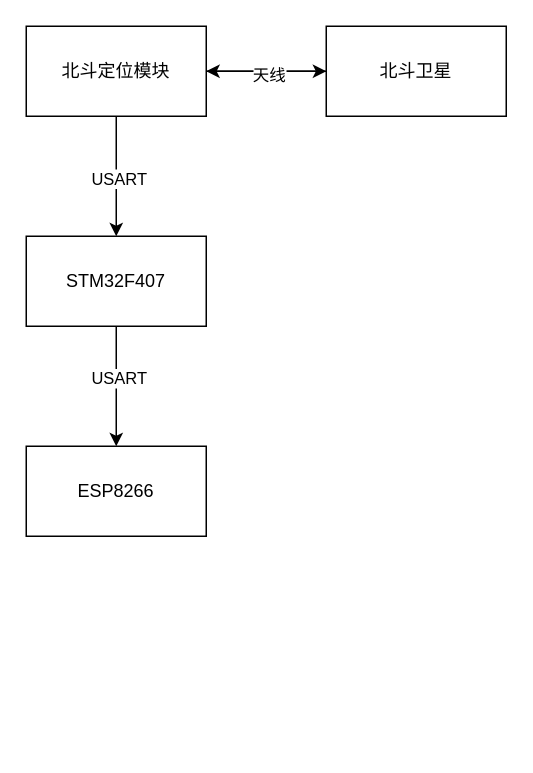
This is 流程图/神农人工智能控制系统.drawio from mlhua/hua, a draw.io file, before an edit. Source tidied: cells renumbered, new cells numbered last; positions are measured from the earlier drawing's top-left corner, leaving out a move shared by most shapes. Both pictures are drawn from the tidied source at 150%, with x=0, y=0 at pixel (26, 26).
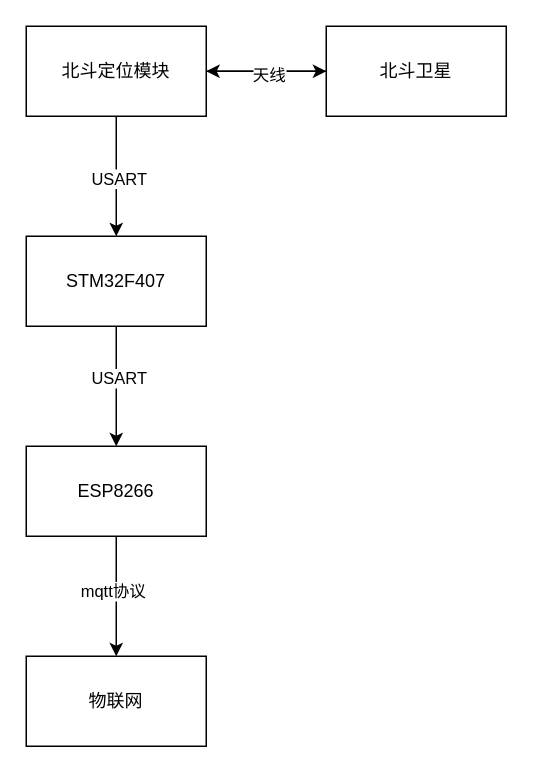
The same page after the edit.

Commit message (it also covers changes not shown here):
更新神农人工智能控制系统.drawio

What changed in the source:
```diff
@@
 <mxGraphModel>
   <root>
     <mxCell id="0" />
     <mxCell id="1" parent="0" />
     <mxCell id="2" style="edgeStyle=orthogonalEdgeStyle;rounded=0;jettySize=auto;html=1;" parent="1" edge="1" source="5" target="8">
       <mxGeometry relative="1" as="geometry" />
     </mxCell>
     <mxCell id="3" style="edgeStyle=orthogonalEdgeStyle;rounded=0;jettySize=auto;html=1;" parent="1" edge="1" source="5" target="11">
       <mxGeometry relative="1" as="geometry" />
     </mxCell>
     <mxCell id="4" value="USART" style="edgeLabel;html=1;align=center;verticalAlign=middle;" parent="3" vertex="1">
       <mxGeometry x="0.03" y="1" relative="1" as="geometry" />
     </mxCell>
     <mxCell id="5" value="北斗定位模块" style="rounded=0;whiteSpace=wrap;html=1;" parent="1" vertex="1">
       <mxGeometry width="120" height="60" as="geometry" />
     </mxCell>
     <mxCell id="6" style="edgeStyle=orthogonalEdgeStyle;rounded=0;jettySize=auto;html=1;entryX=1;entryY=0.5;entryDx=0;entryDy=0;" parent="1" edge="1" source="8" target="5">
       <mxGeometry relative="1" as="geometry" />
     </mxCell>
     <mxCell id="7" value="天线" style="edgeLabel;html=1;align=center;verticalAlign=middle;" parent="6" vertex="1">
       <mxGeometry x="-0.02" y="2" relative="1" as="geometry" />
     </mxCell>
     <mxCell id="8" value="北斗卫星" style="whiteSpace=wrap;html=1;rounded=0;" parent="1" vertex="1">
       <mxGeometry x="200" width="120" height="60" as="geometry" />
     </mxCell>
     <mxCell id="9" style="edgeStyle=orthogonalEdgeStyle;rounded=0;jettySize=auto;html=1;" parent="1" edge="1" source="11" target="12">
       <mxGeometry relative="1" as="geometry" />
     </mxCell>
     <mxCell id="10" value="USART" style="edgeLabel;html=1;align=center;verticalAlign=middle;" parent="9" vertex="1">
       <mxGeometry x="-0.15" y="1" relative="1" as="geometry" />
     </mxCell>
     <mxCell id="11" value="STM32F407" style="whiteSpace=wrap;html=1;rounded=0;" parent="1" vertex="1">
       <mxGeometry y="140" width="120" height="60" as="geometry" />
     </mxCell>
+    <mxCell id="13" style="edgeStyle=orthogonalEdgeStyle;rounded=0;jettySize=auto;html=1;" parent="1" edge="1" source="12" target="15">
+      <mxGeometry relative="1" as="geometry" />
+    </mxCell>
+    <mxCell id="14" value="mqtt协议" style="edgeLabel;html=1;align=center;verticalAlign=middle;" parent="13" vertex="1">
+      <mxGeometry x="-0.09" y="-3" relative="1" as="geometry" />
+    </mxCell>
     <mxCell id="12" value="ESP8266" style="whiteSpace=wrap;html=1;rounded=0;" parent="1" vertex="1">
       <mxGeometry y="280" width="120" height="60" as="geometry" />
     </mxCell>
+    <mxCell id="15" value="物联网" style="whiteSpace=wrap;html=1;rounded=0;" parent="1" vertex="1">
+      <mxGeometry y="420" width="120" height="60" as="geometry" />
+    </mxCell>
   </root>
 </mxGraphModel>
```
